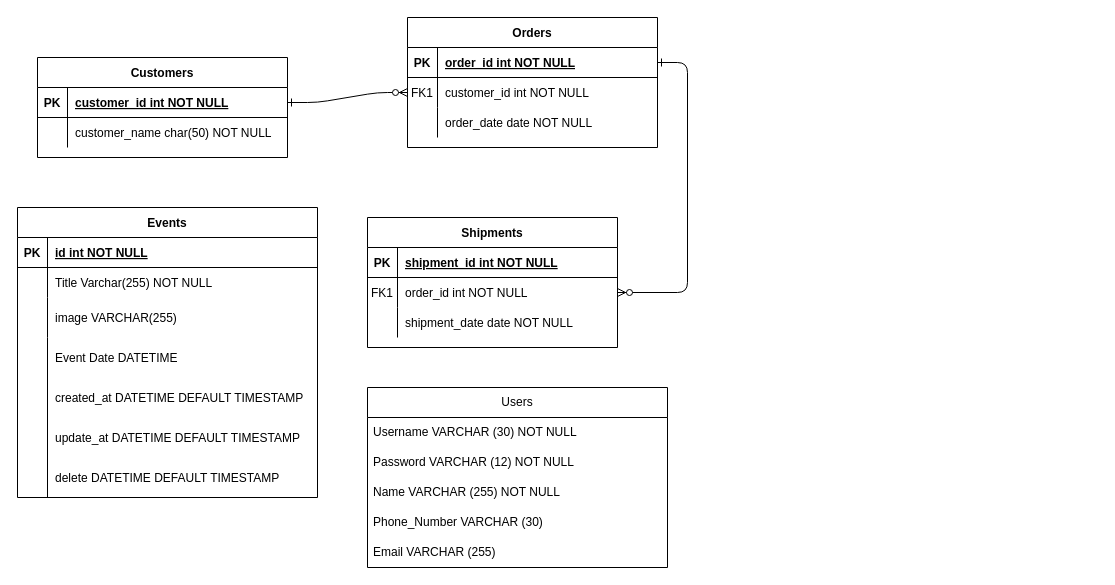
Cristian-Barajas09/proyecto_U_T3_backend keeps this draw.io diagram as Untitled Diagram.drawio. Above is the earlier version. Source tidied: cells renumbered, new cells numbered last; positions are measured from the earlier drawing's top-left corner, leaving out a move shared by most shapes. Both pictures are drawn from the tidied source at 100%, with x=0, y=0 at pixel (17, 17).
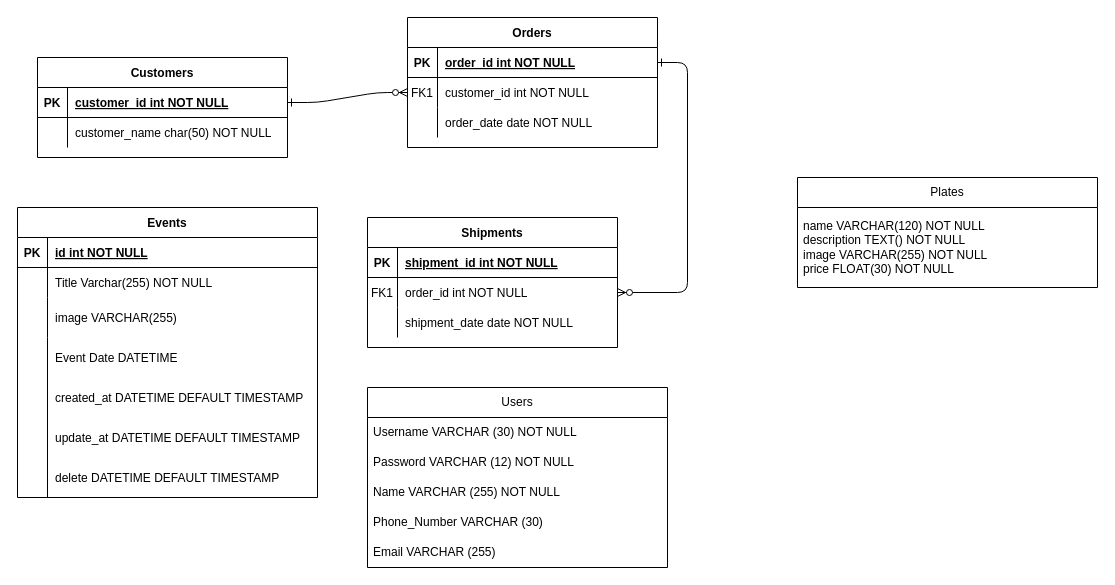
The same diagram, later.

Commit message:
feat/inventory/5/create-model-product

The edit, as a diff of the source:
```diff
@@
+    <mxCell id="53" value="Plates" style="swimlane;fontStyle=0;horizontal=1;startSize=30;whiteSpace=wrap;html=1;" parent="1" vertex="1">
+      <mxGeometry x="780" y="160" width="300" height="110" as="geometry" />
+    </mxCell>
+    <mxCell id="54" value="name VARCHAR(120) NOT NULL&lt;br&gt;description TEXT() NOT NULL&lt;br&gt;image VARCHAR(255) NOT NULL&lt;br&gt;price FLOAT(30) NOT NULL" style="text;strokeColor=none;fillColor=none;align=left;verticalAlign=middle;spacingLeft=4;spacingRight=4;overflow=hidden;whiteSpace=wrap;html=1;" parent="53" vertex="1">
+      <mxGeometry y="30" width="300" height="80" as="geometry" />
+    </mxCell>
```
